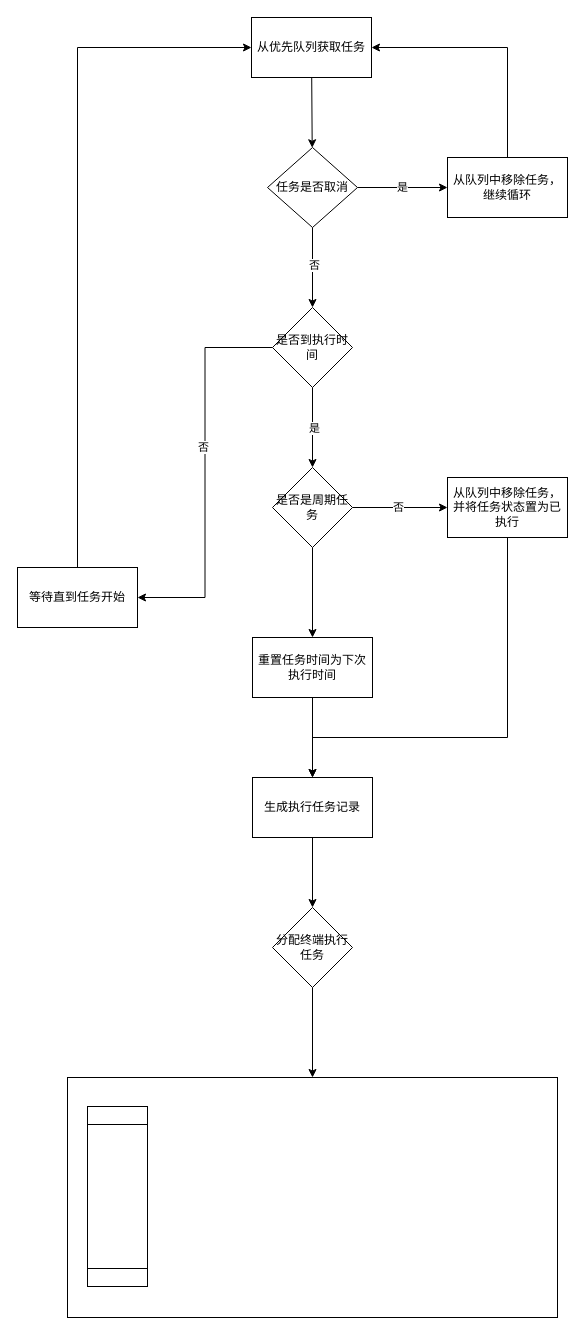
wangyufei0807/draw keeps this draw.io diagram as 任务调度.drawio. Above is the earlier version. Source tidied: cells renumbered, new cells numbered last; positions are measured from the earlier drawing's top-left corner, leaving out a move shared by most shapes. Both pictures are drawn from the tidied source at 100%, with x=0, y=0 at pixel (17, 17).
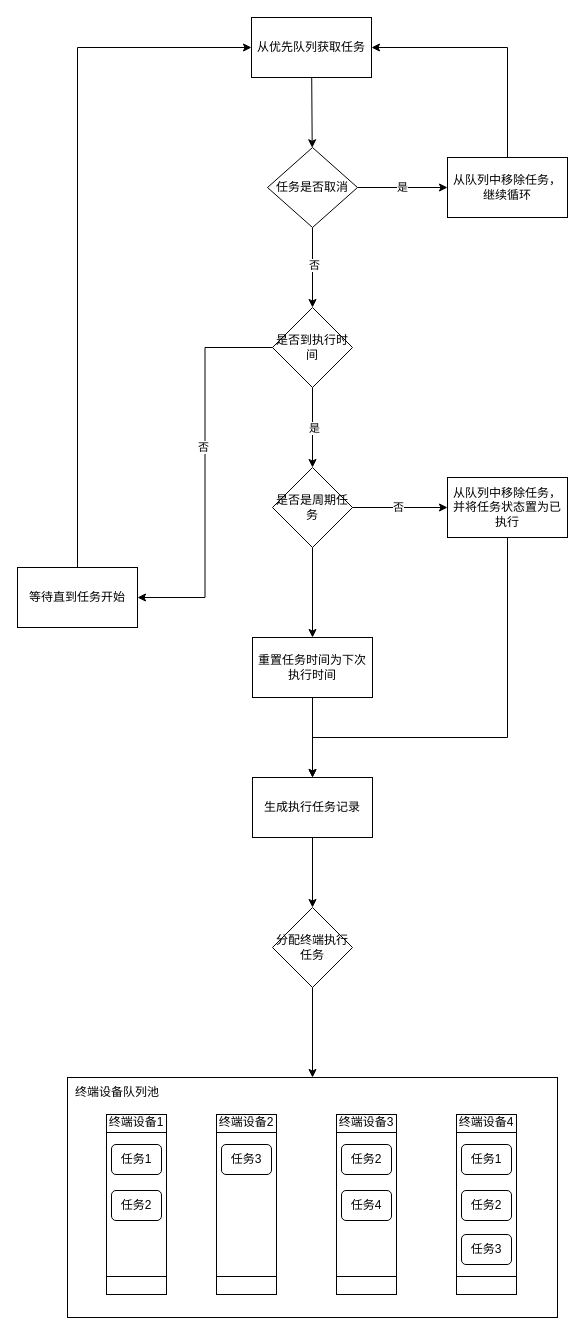
Above is the later version.

Commit message (it also covers changes not shown here):
更新任务调度.drawio

Change to the diagram source:
```diff
@@
     <mxCell id="30" style="shape=process;whiteSpace=wrap;html=1;backgroundOutline=1;rotation=90;" parent="1" vertex="1">
-      <mxGeometry x="10" y="1149" width="180" height="60" as="geometry" />
+      <mxGeometry x="29" y="1157" width="180" height="60" as="geometry" />
     </mxCell>
+    <mxCell id="31" value="终端设备1" style="text;html=1;strokeColor=none;fillColor=none;align=center;verticalAlign=middle;whiteSpace=wrap;rounded=0;" parent="1" vertex="1">
+      <mxGeometry x="89" y="1090" width="60" height="30" as="geometry" />
+    </mxCell>
+    <mxCell id="32" value="任务1" style="rounded=1;whiteSpace=wrap;html=1;" parent="1" vertex="1">
+      <mxGeometry x="94" y="1127" width="50" height="30" as="geometry" />
+    </mxCell>
+    <mxCell id="33" value="任务2" style="rounded=1;whiteSpace=wrap;html=1;" parent="1" vertex="1">
+      <mxGeometry x="94" y="1173" width="50" height="30" as="geometry" />
+    </mxCell>
+    <mxCell id="34" style="shape=process;whiteSpace=wrap;html=1;backgroundOutline=1;rotation=90;" parent="1" vertex="1">
+      <mxGeometry x="139" y="1157" width="180" height="60" as="geometry" />
+    </mxCell>
+    <mxCell id="35" value="终端设备2" style="text;html=1;strokeColor=none;fillColor=none;align=center;verticalAlign=middle;whiteSpace=wrap;rounded=0;" parent="1" vertex="1">
+      <mxGeometry x="199" y="1090" width="60" height="30" as="geometry" />
+    </mxCell>
+    <mxCell id="36" value="任务3" style="rounded=1;whiteSpace=wrap;html=1;" parent="1" vertex="1">
+      <mxGeometry x="204" y="1127" width="50" height="30" as="geometry" />
+    </mxCell>
+    <mxCell id="37" style="shape=process;whiteSpace=wrap;html=1;backgroundOutline=1;rotation=90;" parent="1" vertex="1">
+      <mxGeometry x="259" y="1157" width="180" height="60" as="geometry" />
+    </mxCell>
+    <mxCell id="38" value="终端设备3" style="text;html=1;strokeColor=none;fillColor=none;align=center;verticalAlign=middle;whiteSpace=wrap;rounded=0;" parent="1" vertex="1">
+      <mxGeometry x="319" y="1090" width="60" height="30" as="geometry" />
+    </mxCell>
+    <mxCell id="39" value="任务2" style="rounded=1;whiteSpace=wrap;html=1;" parent="1" vertex="1">
+      <mxGeometry x="324" y="1127" width="50" height="30" as="geometry" />
+    </mxCell>
+    <mxCell id="40" value="任务4" style="rounded=1;whiteSpace=wrap;html=1;" parent="1" vertex="1">
+      <mxGeometry x="324" y="1173" width="50" height="30" as="geometry" />
+    </mxCell>
+    <mxCell id="41" style="shape=process;whiteSpace=wrap;html=1;backgroundOutline=1;rotation=90;" parent="1" vertex="1">
+      <mxGeometry x="379" y="1157" width="180" height="60" as="geometry" />
+    </mxCell>
+    <mxCell id="42" value="终端设备4" style="text;html=1;strokeColor=none;fillColor=none;align=center;verticalAlign=middle;whiteSpace=wrap;rounded=0;" parent="1" vertex="1">
+      <mxGeometry x="439" y="1090" width="60" height="30" as="geometry" />
+    </mxCell>
+    <mxCell id="43" value="任务1" style="rounded=1;whiteSpace=wrap;html=1;" parent="1" vertex="1">
+      <mxGeometry x="444" y="1127" width="50" height="30" as="geometry" />
+    </mxCell>
+    <mxCell id="44" value="任务2" style="rounded=1;whiteSpace=wrap;html=1;" parent="1" vertex="1">
+      <mxGeometry x="444" y="1173" width="50" height="30" as="geometry" />
+    </mxCell>
+    <mxCell id="45" value="任务3" style="rounded=1;whiteSpace=wrap;html=1;" parent="1" vertex="1">
+      <mxGeometry x="444" y="1217" width="50" height="30" as="geometry" />
+    </mxCell>
+    <mxCell id="46" value="终端设备队列池" style="text;html=1;strokeColor=none;fillColor=none;align=center;verticalAlign=middle;whiteSpace=wrap;rounded=0;" parent="1" vertex="1">
+      <mxGeometry x="50" y="1060" width="100" height="30" as="geometry" />
+    </mxCell>
```
